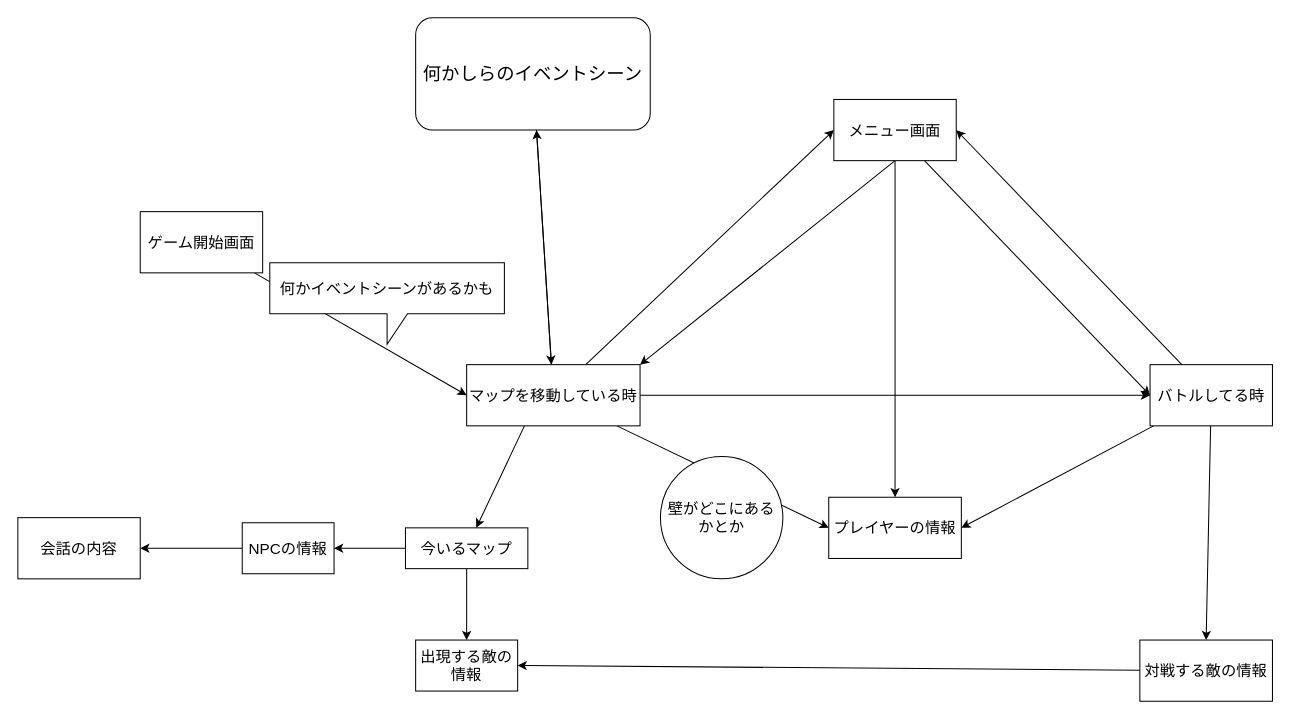
Before: design.dio in hk-p114514/gohanRPG, a draw.io diagram. Source tidied: cells renumbered, new cells numbered last; positions are measured from the earlier drawing's top-left corner, leaving out a move shared by most shapes. Both pictures are drawn from the tidied source at 102%, with x=0, y=0 at pixel (17, 17).
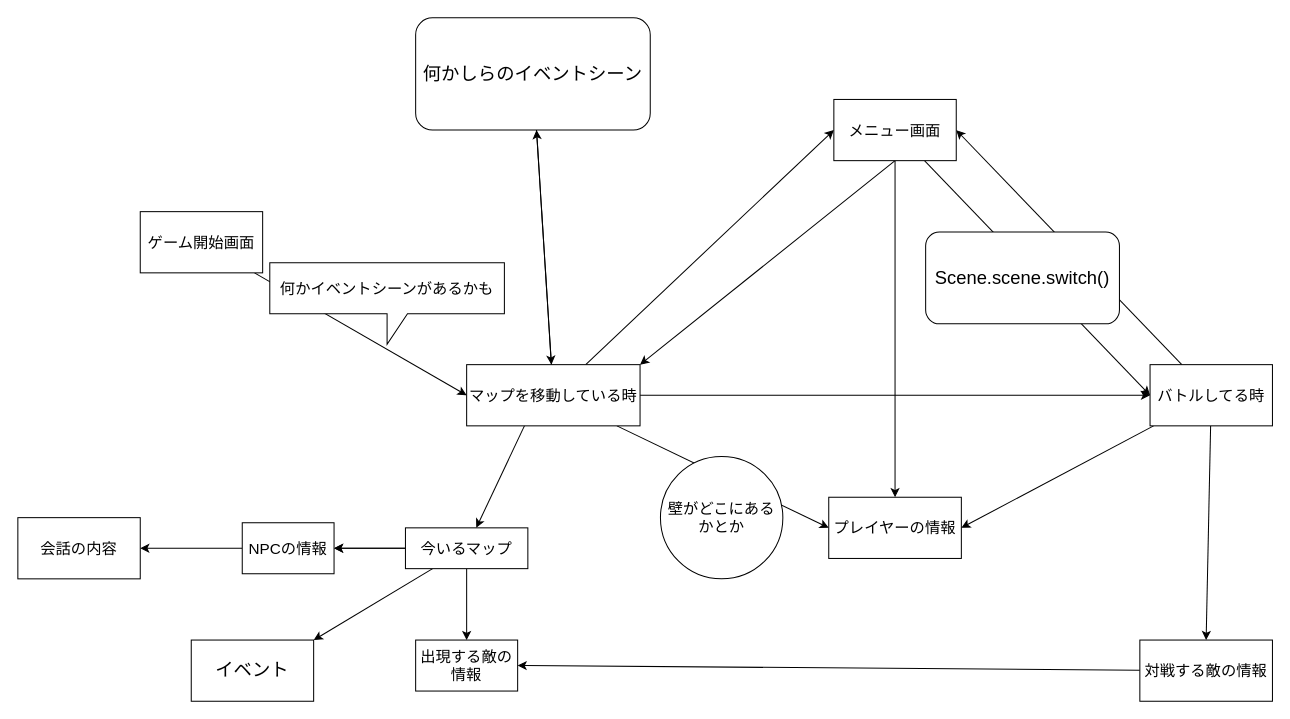
The same page after the edit.

Commit message (it also covers changes not shown here):
シーン遷移の方針を決定

The change refers to these unchanged cells:
```xml
<mxCell id="4" value="今いるマップ" style="rounded=0;whiteSpace=wrap;html=1;strokeWidth=1;fontSize=15;" parent="1" vertex="1">
  <mxGeometry x="380" y="500" width="120" height="40" as="geometry" />
</mxCell>
<mxCell id="7" value="NPCの情報" style="rounded=0;whiteSpace=wrap;html=1;strokeWidth=1;fontSize=15;" parent="1" vertex="1">
  <mxGeometry x="220" y="495" width="90" height="50" as="geometry" />
</mxCell>
```

Diff of the diagram source:
```diff
@@
+    <mxCell id="32" style="edgeStyle=none;html=1;fontSize=18;" parent="1" edge="1" source="4" target="7">
+      <mxGeometry relative="1" as="geometry" />
+    </mxCell>
+    <mxCell id="33" style="edgeStyle=none;html=1;entryX=1;entryY=0;entryDx=0;entryDy=0;fontSize=18;" parent="1" edge="1" source="4" target="34">
+      <mxGeometry relative="1" as="geometry" />
+    </mxCell>
@@
+    <mxCell id="34" value="&lt;font style=&quot;font-size: 18px&quot;&gt;イベント&lt;/font&gt;" style="rounded=0;whiteSpace=wrap;html=1;" parent="1" vertex="1">
+      <mxGeometry x="170" y="610" width="120" height="60" as="geometry" />
+    </mxCell>
+    <mxCell id="35" value="&lt;font style=&quot;font-size: 18px&quot;&gt;Scene.scene.switch()&lt;/font&gt;" style="rounded=1;whiteSpace=wrap;html=1;" parent="1" vertex="1">
+      <mxGeometry x="890" y="210" width="190" height="90" as="geometry" />
+    </mxCell>
```
